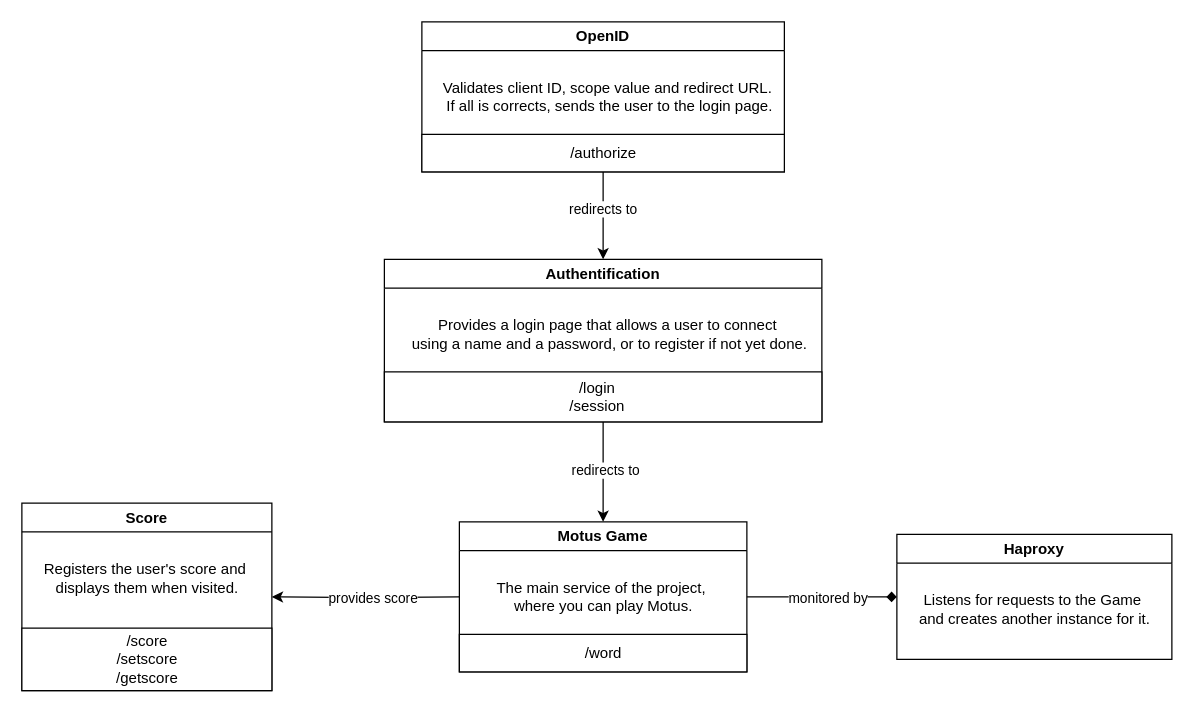
The draw.io diagram Diagram.drawio in severine-Rachel/motus, before the edit. Source tidied: cells renumbered, new cells numbered last; positions are measured from the earlier drawing's top-left corner, leaving out a move shared by most shapes. Both pictures are drawn from the tidied source at 125%, with x=0, y=0 at pixel (21, 21).
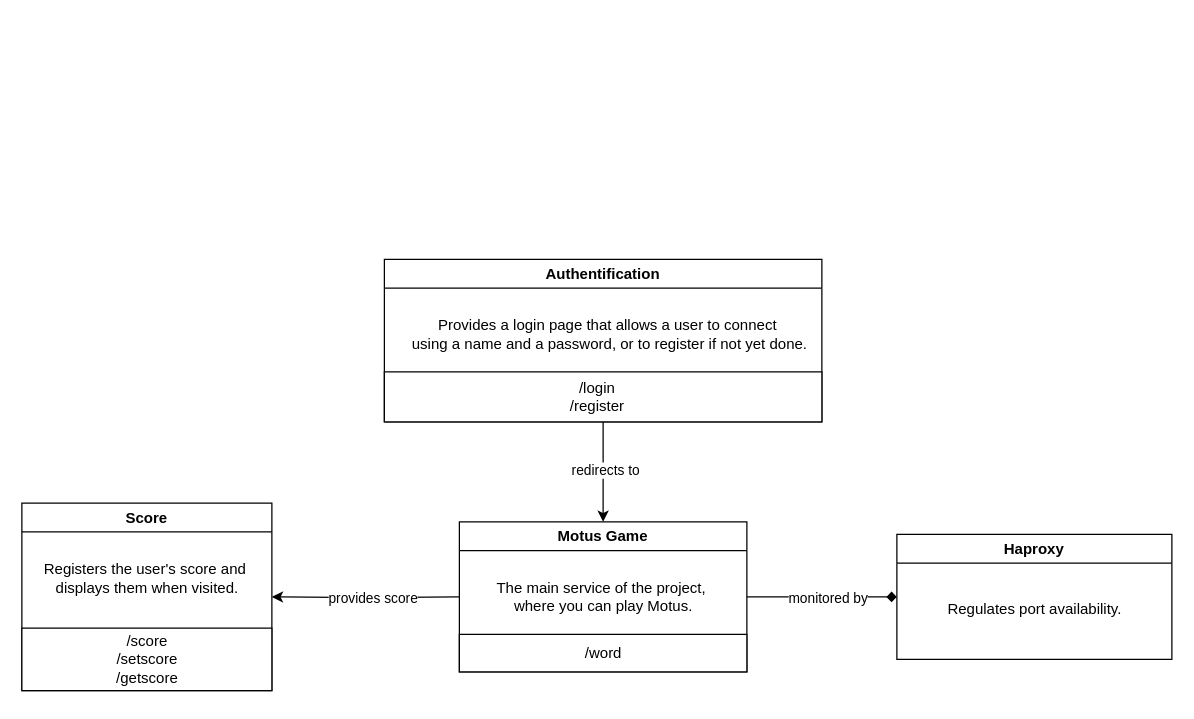
The same diagram, later.

Unchanged cells that the change refers to:
```xml
<mxCell id="8" value="Haproxy" style="swimlane;whiteSpace=wrap;html=1;" parent="1" vertex="1">
  <mxGeometry x="700" y="410" width="220" height="100" as="geometry" />
</mxCell>
<mxCell id="14" value="Authentification" style="swimlane;whiteSpace=wrap;html=1;" parent="1" vertex="1">
  <mxGeometry x="290" y="190" width="350" height="130" as="geometry" />
</mxCell>
```

What changed in the source:
```diff
@@
-    <mxCell id="9" value="Listens for requests to the Game&amp;nbsp;&lt;div&gt;and creates another instance for it.&lt;/div&gt;" style="text;html=1;align=center;verticalAlign=middle;strokeColor=none;fillColor=none;" parent="8" vertex="1">
-      <mxGeometry x="5" y="40" width="210" height="40" as="geometry" />
+    <mxCell id="9" value="Regulates port availability." style="text;html=1;align=center;verticalAlign=middle;strokeColor=none;fillColor=none;" parent="8" vertex="1">
+      <mxGeometry x="30" y="45" width="160" height="30" as="geometry" />
     </mxCell>
@@
-    <mxCell id="17" value="/login&lt;div&gt;/session&lt;/div&gt;" style="text;html=1;align=center;verticalAlign=middle;strokeColor=none;fillColor=none;" parent="14" vertex="1">
+    <mxCell id="17" value="/login&lt;div&gt;/register&lt;/div&gt;" style="text;html=1;align=center;verticalAlign=middle;strokeColor=none;fillColor=none;" parent="14" vertex="1">
       <mxGeometry x="135" y="90" width="70" height="40" as="geometry" />
     </mxCell>
-    <mxCell id="18" value="OpenID" style="swimlane;whiteSpace=wrap;html=1;" parent="1" vertex="1">
-      <mxGeometry x="320" width="290" height="120" as="geometry" />
-    </mxCell>
-    <mxCell id="19" value="Validates client ID, scope value and redirect URL.&amp;nbsp;&lt;div&gt;If all is corrects, sends the user to the login page.&lt;/div&gt;" style="text;html=1;align=center;verticalAlign=middle;strokeColor=none;fillColor=none;" parent="18" vertex="1">
-      <mxGeometry x="5" y="40" width="290" height="40" as="geometry" />
-    </mxCell>
-    <mxCell id="20" style="rounded=0;whiteSpace=wrap;html=1;" parent="18" vertex="1">
-      <mxGeometry y="90" width="290" height="30" as="geometry" />
-    </mxCell>
-    <mxCell id="21" value="/authorize" style="text;html=1;align=center;verticalAlign=middle;points=[];strokeColor=none;fillColor=none;" parent="18" vertex="1">
-      <mxGeometry x="105" y="90" width="80" height="30" as="geometry" />
-    </mxCell>
-    <mxCell id="22" style="edgeStyle=orthogonalEdgeStyle;rounded=0;jettySize=auto;html=1;entryX=0.5;entryY=0;entryDx=0;entryDy=0;" parent="1" edge="1" source="21" target="14">
-      <mxGeometry relative="1" as="geometry" />
-    </mxCell>
-    <mxCell id="23" value="redirects to" style="edgeLabel;html=1;align=center;verticalAlign=middle;" parent="22" vertex="1">
-      <mxGeometry x="-0.17" y="-1" relative="1" as="geometry" />
-    </mxCell>
```
